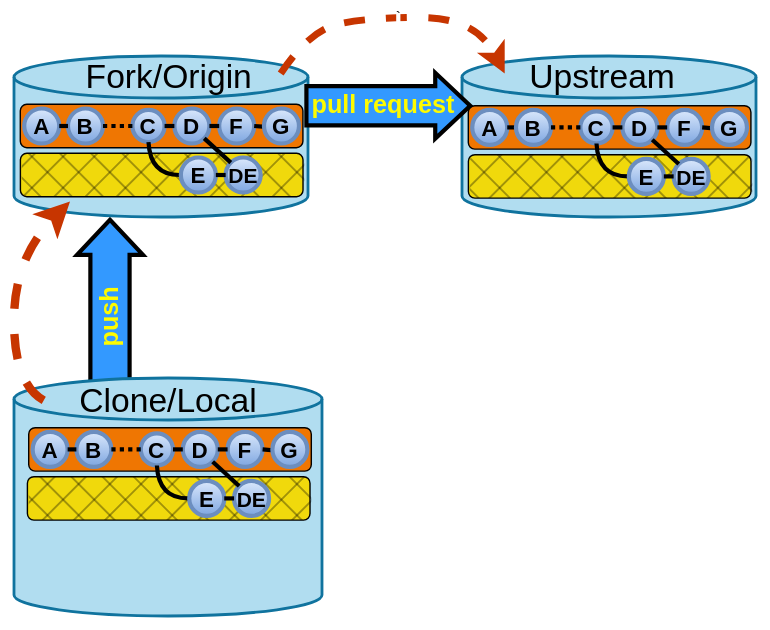
Before: materials/images/BaseDiagram.svg, a diagram exported from draw.io (HFOSSedu/GitKit-Codespace). Source tidied: cells renumbered, new cells last; positions are measured from the earlier drawing's top-left corner, leaving out a move shared by most shapes.
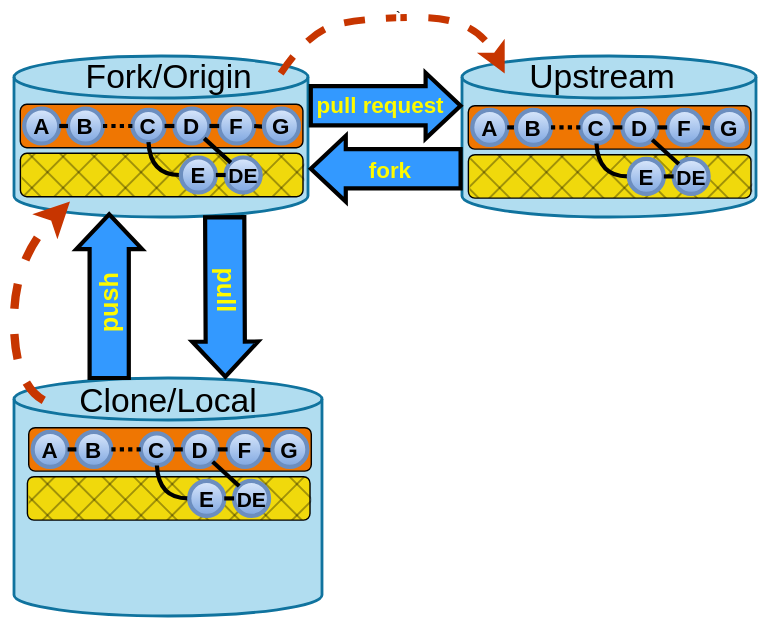
The same diagram one commit later.

What changed in the source:
```diff
@@ -14,19 +14,6 @@
     <mxCell id="5" style="rounded=0;whiteSpace=wrap;html=1;strokeColor=none;fillColor=none;" parent="1" vertex="1">
       <mxGeometry y="440" width="10" height="10" as="geometry" />
     </mxCell>
-    <mxCell id="6" style="group;" parent="1" vertex="1">
-      <mxGeometry x="60" y="160" width="30" height="130" as="geometry" />
-    </mxCell>
-    <mxCell id="7" style="shape=flexArrow;endArrow=classic;rounded=0;fillColor=#3399FF;width=26;endSize=7.33;endWidth=16;fontSize=21;labelBackgroundColor=none;fontColor=light-dark(#fefb00, #ededed);fontStyle=1;textDirection=ltr;strokeWidth=3;html=1;horizontal=1;spacingTop=30;" parent="6" edge="1">
-      <mxGeometry x="-0.3" y="3" relative="1" as="geometry">
-        <mxPoint x="18.1" y="125" as="sourcePoint" />
-        <mxPoint x="18.1" y="-5" as="targetPoint" />
-        <mxPoint x="1" as="offset" />
-      </mxGeometry>
-    </mxCell>
-    <mxCell id="8" value="push" style="text;html=1;whiteSpace=wrap;strokeColor=none;fillColor=none;align=center;verticalAlign=middle;rounded=0;rotation=-90;fontColor=light-dark(#fefb00, #ededed);fontSize=18;fontStyle=1;spacing=0;" parent="6" vertex="1">
-      <mxGeometry x="-12" y="51" width="60" height="30" as="geometry" />
-    </mxCell>
     <mxCell id="9" style="group;" parent="1" vertex="1">
       <mxGeometry x="10" y="270" width="220" height="170" as="geometry" />
     </mxCell>
@@ -209,17 +196,17 @@
       <mxGeometry relative="1" as="geometry" />
     </mxCell>
     <mxCell id="64" style="group;" parent="1" vertex="1">
-      <mxGeometry x="216.9" y="60" width="120" height="30" as="geometry" />
+      <mxGeometry x="220" y="60" width="110" height="30" as="geometry" />
     </mxCell>
     <mxCell id="65" style="shape=flexArrow;endArrow=classic;rounded=0;fillColor=#3399FF;width=26;endSize=7.33;endWidth=16;fontSize=21;labelBackgroundColor=none;fontColor=light-dark(#fefb00, #ededed);fontStyle=1;textDirection=ltr;strokeWidth=3;html=1;horizontal=1;spacingTop=30;" parent="64" edge="1">
       <mxGeometry x="-0.3" y="3" relative="1" as="geometry">
         <mxPoint y="15" as="sourcePoint" />
-        <mxPoint x="120" y="15" as="targetPoint" />
+        <mxPoint x="110" y="15" as="targetPoint" />
         <mxPoint x="1" as="offset" />
       </mxGeometry>
     </mxCell>
-    <mxCell id="66" value="pull request" style="text;html=1;strokeColor=none;fillColor=none;align=center;verticalAlign=middle;rounded=0;fontSize=18;fontStyle=1;fontColor=light-dark(#fefb00, #ededed);spacing=0;" parent="64" vertex="1">
-      <mxGeometry x="26" width="60" height="30" as="geometry" />
+    <mxCell id="66" value="pull request" style="text;html=1;strokeColor=none;fillColor=none;align=center;verticalAlign=middle;rounded=0;fontSize=16;fontStyle=1;fontColor=light-dark(#fefb00, #ededed);spacing=0;" parent="64" vertex="1">
+      <mxGeometry x="23.8" width="55" height="30" as="geometry" />
     </mxCell>
     <mxCell id="67" value="C" style="ellipse;whiteSpace=wrap;html=1;fillColor=#dae8fc;fontSize=16;fontStyle=1;gradientColor=#7ea6e0;strokeColor=#6c8ebf;strokeWidth=3;" parent="1" vertex="1">
       <mxGeometry x="414.1" y="79" width="23" height="23" as="geometry" />
@@ -291,5 +278,44 @@
         </Array>
       </mxGeometry>
     </mxCell>
+    <mxCell id="83" style="group;" parent="1" vertex="1">
+      <mxGeometry x="214" y="105" width="120" height="30" as="geometry" />
+    </mxCell>
+    <mxCell id="84" style="shape=flexArrow;endArrow=classic;rounded=0;fillColor=#3399FF;width=26;endSize=7.33;endWidth=16;fontSize=21;labelBackgroundColor=none;fontColor=light-dark(#fefb00, #ededed);fontStyle=1;textDirection=ltr;strokeWidth=3;html=1;horizontal=1;spacingTop=30;" parent="83" edge="1">
+      <mxGeometry x="-0.3" y="3" relative="1" as="geometry">
+        <mxPoint x="116" y="15" as="sourcePoint" />
+        <mxPoint x="6" y="15" as="targetPoint" />
+        <mxPoint x="1" as="offset" />
+      </mxGeometry>
+    </mxCell>
+    <mxCell id="85" style="group;rotation=-180;" parent="83" vertex="1">
+      <mxGeometry width="120" height="30" as="geometry" />
+    </mxCell>
+    <mxCell id="86" value="fork" style="text;html=1;strokeColor=none;fillColor=none;align=center;verticalAlign=middle;rounded=0;fontSize=16;fontStyle=1;fontColor=light-dark(#fefb00, #ededed);spacing=0;rotation=0;" parent="85" vertex="1">
+      <mxGeometry x="34" y="1" width="60" height="30" as="geometry" />
+    </mxCell>
+    <mxCell id="7" style="shape=flexArrow;endArrow=classic;rounded=0;fillColor=#3399FF;width=26;endSize=7.33;endWidth=16;fontSize=21;labelBackgroundColor=none;fontColor=light-dark(#fefb00, #ededed);fontStyle=1;textDirection=ltr;strokeWidth=3;html=1;horizontal=1;spacingTop=30;" parent="1" edge="1">
+      <mxGeometry x="-0.3" y="3" relative="1" as="geometry">
+        <mxPoint x="77.5" y="271" as="sourcePoint" />
+        <mxPoint x="77.5" y="151" as="targetPoint" />
+        <mxPoint x="1" as="offset" />
+      </mxGeometry>
+    </mxCell>
+    <mxCell id="8" value="push" style="text;html=1;whiteSpace=wrap;strokeColor=none;fillColor=none;align=center;verticalAlign=middle;rounded=0;rotation=-90;fontColor=light-dark(#fefb00, #ededed);fontSize=18;fontStyle=1;spacing=0;" parent="1" vertex="1">
+      <mxGeometry x="48" y="203.2" width="60" height="25.4" as="geometry" />
+    </mxCell>
+    <mxCell id="87" style="group;" parent="1" vertex="1">
+      <mxGeometry x="146" y="153.2" width="30" height="116.8" as="geometry" />
+    </mxCell>
+    <mxCell id="88" style="shape=flexArrow;endArrow=classic;rounded=0;fillColor=#3399FF;width=26;endSize=7.33;endWidth=16;fontSize=21;labelBackgroundColor=none;fontColor=light-dark(#fefb00, #ededed);fontStyle=1;textDirection=ltr;strokeWidth=3;html=1;horizontal=1;spacingTop=30;" parent="87" edge="1">
+      <mxGeometry x="-0.3" y="3" relative="1" as="geometry">
+        <mxPoint x="14" as="sourcePoint" />
+        <mxPoint x="14.5" y="116.8" as="targetPoint" />
+        <mxPoint x="1" as="offset" />
+      </mxGeometry>
+    </mxCell>
+    <mxCell id="89" value="pull" style="text;html=1;whiteSpace=wrap;strokeColor=none;fillColor=none;align=center;verticalAlign=middle;rounded=0;rotation=90;fontColor=light-dark(#fefb00, #ededed);fontSize=18;fontStyle=1;spacing=0;" parent="87" vertex="1">
+      <mxGeometry x="-15" y="38.8" width="60" height="30" as="geometry" />
+    </mxCell>
   </root>
 </mxGraphModel>
```
